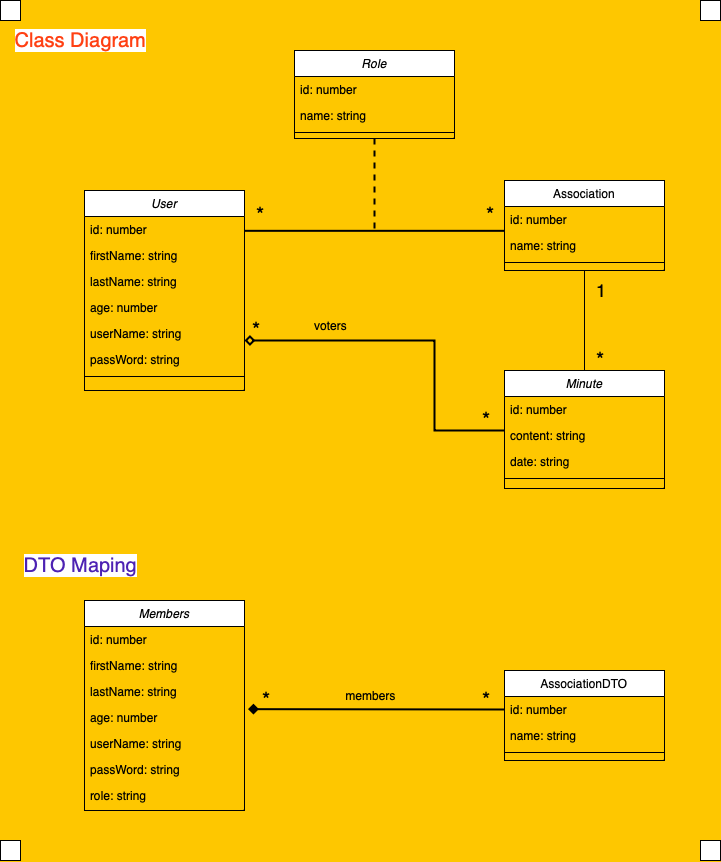
Before: Classe Diagram.drawio.png, a diagram exported from draw.io (ZieAmara/fr-administration-api). Source tidied: cells renumbered, new cells last; positions are measured from the earlier drawing's top-left corner, leaving out a move shared by most shapes.
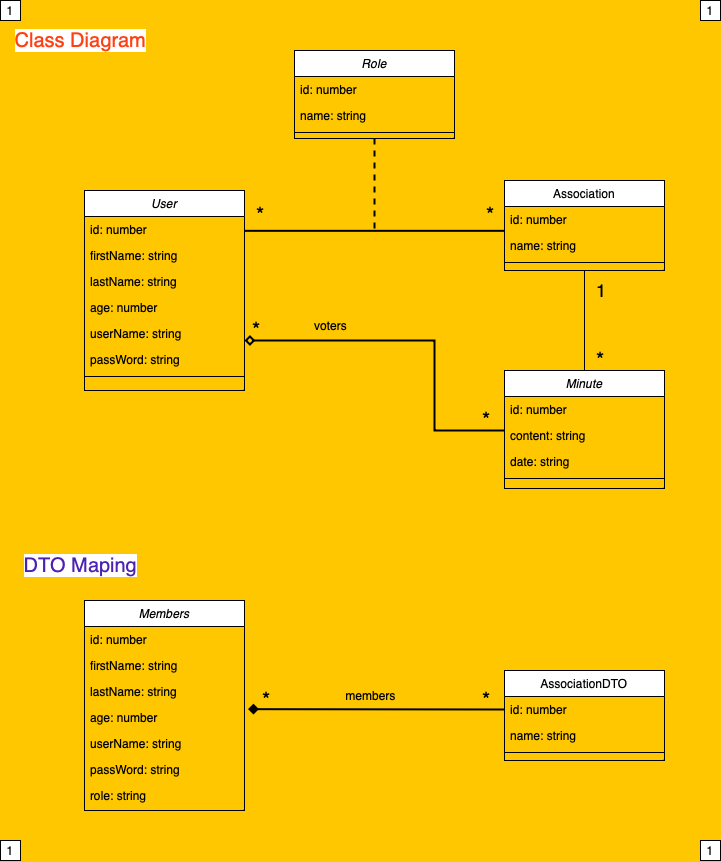
The same file after the commit.

What changed in the source:
```diff
@@ -180,16 +180,16 @@
     <mxCell id="51" value="members" style="text;html=1;align=center;verticalAlign=middle;strokeColor=none;fillColor=none;" parent="1" vertex="1">
       <mxGeometry x="335" y="680" width="70" height="30" as="geometry" />
     </mxCell>
-    <mxCell id="52" style="whiteSpace=wrap;html=1;" parent="1" vertex="1">
+    <mxCell id="52" value="1" style="whiteSpace=wrap;html=1;" parent="1" vertex="1">
       <mxGeometry x="700" width="20" height="20" as="geometry" />
     </mxCell>
-    <mxCell id="53" style="whiteSpace=wrap;html=1;" parent="1" vertex="1">
+    <mxCell id="53" value="1" style="whiteSpace=wrap;html=1;" parent="1" vertex="1">
       <mxGeometry x="700" y="840" width="20" height="20" as="geometry" />
     </mxCell>
-    <mxCell id="54" style="whiteSpace=wrap;html=1;" parent="1" vertex="1">
+    <mxCell id="54" value="1" style="whiteSpace=wrap;html=1;" parent="1" vertex="1">
       <mxGeometry y="840" width="20" height="20" as="geometry" />
     </mxCell>
-    <mxCell id="55" style="whiteSpace=wrap;html=1;" parent="1" vertex="1">
+    <mxCell id="55" value="1" style="whiteSpace=wrap;html=1;" parent="1" vertex="1">
       <mxGeometry width="20" height="20" as="geometry" />
     </mxCell>
   </root>
```
